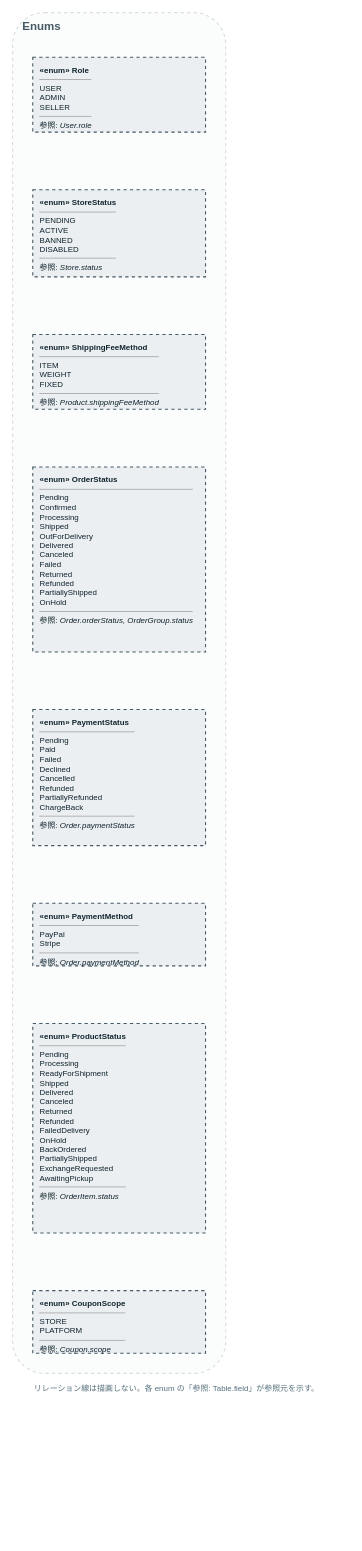
The draw.io diagram page "10. Enums" (10 of 10) of docs/architecture/data-model.drawio in myoshi2891/Multi-Vendor-E-Commerce, before the edit. Source tidied: cells renumbered, new cells numbered last; positions are measured from the earlier drawing's top-left corner, leaving out a move shared by most shapes. Both pictures are drawn from the tidied source at 72%, with x=0, y=0 at pixel (12, 12).
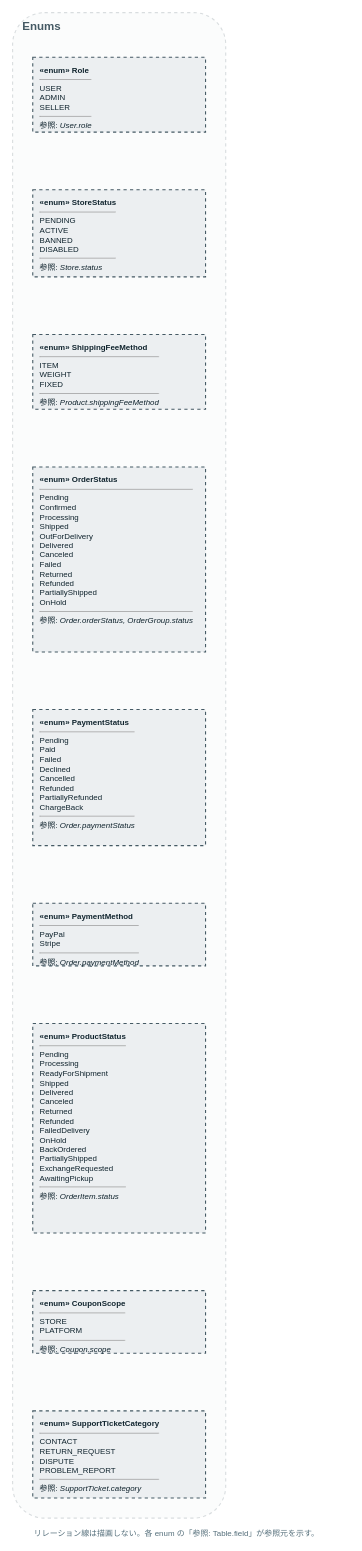
Above is the later version.

Commit message (it also covers changes not shown here):
feat(db): add SupportTicket model and regenerate ERD

The edit, as a diff of the source:
```diff
@@
 <mxGraphModel>
   <root>
     <mxCell id="0" />
     <mxCell id="1" parent="0" />
     <mxCell id="2" style="rounded=1;fillColor=#ECEFF1;opacity=20;strokeColor=#455A64;dashed=1;strokeWidth=1.5;verticalAlign=top;" parent="1" vertex="1">
-      <mxGeometry width="296" height="1890" as="geometry" />
+      <mxGeometry width="296" height="2091" as="geometry" />
     </mxCell>
     <mxCell id="3" value="Enums" style="text;html=1;fontSize=16;fontStyle=1;fontColor=#455A64;align=left;verticalAlign=middle;" parent="1" vertex="1">
       <mxGeometry x="12" y="6" width="272" height="26" as="geometry" />
     </mxCell>
     <mxCell id="4" value="リレーション線は描画しない。各 enum の「参照: Table.field」が参照元を示す。" style="text;html=1;fontSize=11;fontColor=#546E7A;align=left;" parent="1" vertex="1">
-      <mxGeometry x="28" y="1898" width="440" height="20" as="geometry" />
+      <mxGeometry x="28" y="2099" width="440" height="20" as="geometry" />
     </mxCell>
     <mxCell id="5" value="&lt;b&gt;«enum» Role&lt;/b&gt;&lt;hr size=&quot;1&quot;/&gt;USER&lt;br/&gt;ADMIN&lt;br/&gt;SELLER&lt;hr size=&quot;1&quot;/&gt;参照: &lt;i&gt;User.role&lt;/i&gt;" style="rounded=2;whiteSpace=wrap;html=1;align=left;verticalAlign=top;spacingLeft=8;spacingTop=5;fillColor=#ECEFF1;strokeColor=#455A64;strokeWidth=1.5;fontSize=11;fontColor=#10242E;dashed=1;" parent="1" vertex="1">
       <mxGeometry x="28" y="62" width="240" height="104" as="geometry" />
     </mxCell>
     <mxCell id="6" value="&lt;b&gt;«enum» StoreStatus&lt;/b&gt;&lt;hr size=&quot;1&quot;/&gt;PENDING&lt;br/&gt;ACTIVE&lt;br/&gt;BANNED&lt;br/&gt;DISABLED&lt;hr size=&quot;1&quot;/&gt;参照: &lt;i&gt;Store.status&lt;/i&gt;" style="rounded=2;whiteSpace=wrap;html=1;align=left;verticalAlign=top;spacingLeft=8;spacingTop=5;fillColor=#ECEFF1;strokeColor=#455A64;strokeWidth=1.5;fontSize=11;fontColor=#10242E;dashed=1;" parent="1" vertex="1">
       <mxGeometry x="28" y="246" width="240" height="121" as="geometry" />
     </mxCell>
     <mxCell id="7" value="&lt;b&gt;«enum» ShippingFeeMethod&lt;/b&gt;&lt;hr size=&quot;1&quot;/&gt;ITEM&lt;br/&gt;WEIGHT&lt;br/&gt;FIXED&lt;hr size=&quot;1&quot;/&gt;参照: &lt;i&gt;Product.shippingFeeMethod&lt;/i&gt;" style="rounded=2;whiteSpace=wrap;html=1;align=left;verticalAlign=top;spacingLeft=8;spacingTop=5;fillColor=#ECEFF1;strokeColor=#455A64;strokeWidth=1.5;fontSize=11;fontColor=#10242E;dashed=1;" parent="1" vertex="1">
       <mxGeometry x="28" y="447" width="240" height="104" as="geometry" />
     </mxCell>
     <mxCell id="8" value="&lt;b&gt;«enum» OrderStatus&lt;/b&gt;&lt;hr size=&quot;1&quot;/&gt;Pending&lt;br/&gt;Confirmed&lt;br/&gt;Processing&lt;br/&gt;Shipped&lt;br/&gt;OutForDelivery&lt;br/&gt;Delivered&lt;br/&gt;Canceled&lt;br/&gt;Failed&lt;br/&gt;Returned&lt;br/&gt;Refunded&lt;br/&gt;PartiallyShipped&lt;br/&gt;OnHold&lt;hr size=&quot;1&quot;/&gt;参照: &lt;i&gt;Order.orderStatus, OrderGroup.status&lt;/i&gt;" style="rounded=2;whiteSpace=wrap;html=1;align=left;verticalAlign=top;spacingLeft=8;spacingTop=5;fillColor=#ECEFF1;strokeColor=#455A64;strokeWidth=1.5;fontSize=11;fontColor=#10242E;dashed=1;" parent="1" vertex="1">
       <mxGeometry x="28" y="631" width="240" height="257" as="geometry" />
     </mxCell>
     <mxCell id="9" value="&lt;b&gt;«enum» PaymentStatus&lt;/b&gt;&lt;hr size=&quot;1&quot;/&gt;Pending&lt;br/&gt;Paid&lt;br/&gt;Failed&lt;br/&gt;Declined&lt;br/&gt;Cancelled&lt;br/&gt;Refunded&lt;br/&gt;PartiallyRefunded&lt;br/&gt;ChargeBack&lt;hr size=&quot;1&quot;/&gt;参照: &lt;i&gt;Order.paymentStatus&lt;/i&gt;" style="rounded=2;whiteSpace=wrap;html=1;align=left;verticalAlign=top;spacingLeft=8;spacingTop=5;fillColor=#ECEFF1;strokeColor=#455A64;strokeWidth=1.5;fontSize=11;fontColor=#10242E;dashed=1;" parent="1" vertex="1">
       <mxGeometry x="28" y="968" width="240" height="189" as="geometry" />
     </mxCell>
     <mxCell id="10" value="&lt;b&gt;«enum» PaymentMethod&lt;/b&gt;&lt;hr size=&quot;1&quot;/&gt;PayPal&lt;br/&gt;Stripe&lt;hr size=&quot;1&quot;/&gt;参照: &lt;i&gt;Order.paymentMethod&lt;/i&gt;" style="rounded=2;whiteSpace=wrap;html=1;align=left;verticalAlign=top;spacingLeft=8;spacingTop=5;fillColor=#ECEFF1;strokeColor=#455A64;strokeWidth=1.5;fontSize=11;fontColor=#10242E;dashed=1;" parent="1" vertex="1">
       <mxGeometry x="28" y="1237" width="240" height="87" as="geometry" />
     </mxCell>
     <mxCell id="11" value="&lt;b&gt;«enum» ProductStatus&lt;/b&gt;&lt;hr size=&quot;1&quot;/&gt;Pending&lt;br/&gt;Processing&lt;br/&gt;ReadyForShipment&lt;br/&gt;Shipped&lt;br/&gt;Delivered&lt;br/&gt;Canceled&lt;br/&gt;Returned&lt;br/&gt;Refunded&lt;br/&gt;FailedDelivery&lt;br/&gt;OnHold&lt;br/&gt;BackOrdered&lt;br/&gt;PartiallyShipped&lt;br/&gt;ExchangeRequested&lt;br/&gt;AwaitingPickup&lt;hr size=&quot;1&quot;/&gt;参照: &lt;i&gt;OrderItem.status&lt;/i&gt;" style="rounded=2;whiteSpace=wrap;html=1;align=left;verticalAlign=top;spacingLeft=8;spacingTop=5;fillColor=#ECEFF1;strokeColor=#455A64;strokeWidth=1.5;fontSize=11;fontColor=#10242E;dashed=1;" parent="1" vertex="1">
       <mxGeometry x="28" y="1404" width="240" height="291" as="geometry" />
     </mxCell>
     <mxCell id="12" value="&lt;b&gt;«enum» CouponScope&lt;/b&gt;&lt;hr size=&quot;1&quot;/&gt;STORE&lt;br/&gt;PLATFORM&lt;hr size=&quot;1&quot;/&gt;参照: &lt;i&gt;Coupon.scope&lt;/i&gt;" style="rounded=2;whiteSpace=wrap;html=1;align=left;verticalAlign=top;spacingLeft=8;spacingTop=5;fillColor=#ECEFF1;strokeColor=#455A64;strokeWidth=1.5;fontSize=11;fontColor=#10242E;dashed=1;" parent="1" vertex="1">
       <mxGeometry x="28" y="1775" width="240" height="87" as="geometry" />
     </mxCell>
+    <mxCell id="13" value="&lt;b&gt;«enum» SupportTicketCategory&lt;/b&gt;&lt;hr size=&quot;1&quot;/&gt;CONTACT&lt;br/&gt;RETURN_REQUEST&lt;br/&gt;DISPUTE&lt;br/&gt;PROBLEM_REPORT&lt;hr size=&quot;1&quot;/&gt;参照: &lt;i&gt;SupportTicket.category&lt;/i&gt;" style="rounded=2;whiteSpace=wrap;html=1;align=left;verticalAlign=top;spacingLeft=8;spacingTop=5;fillColor=#ECEFF1;strokeColor=#455A64;strokeWidth=1.5;fontSize=11;fontColor=#10242E;dashed=1;" parent="1" vertex="1">
+      <mxGeometry x="28" y="1942" width="240" height="121" as="geometry" />
+    </mxCell>
   </root>
 </mxGraphModel>
```
